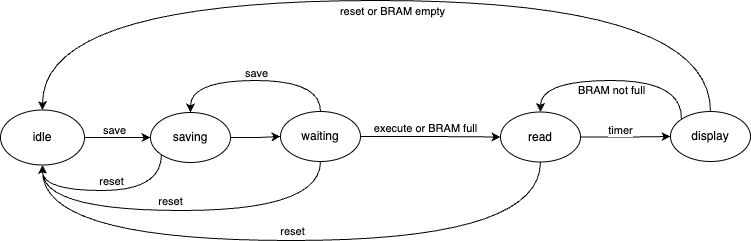
Earlier version of the draw.io export FSM.png (jamesolee/MTRX3700-A1-Group17). Source tidied: cells renumbered, new cells last; positions are measured from the earlier drawing's top-left corner, leaving out a move shared by most shapes.
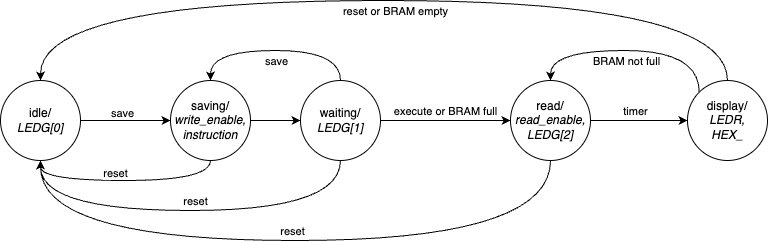
Later version of the same file.

Commit message:
Added outputs to FSM

Change to the diagram source:
```diff
@@ -2,125 +2,120 @@
   <root>
     <mxCell id="0" />
     <mxCell id="1" parent="0" />
-    <mxCell id="2" style="edgeStyle=orthogonalEdgeStyle;rounded=0;jettySize=auto;html=1;exitX=1;exitY=0.5;exitDx=0;exitDy=0;entryX=0;entryY=0.5;entryDx=0;entryDy=0;" parent="1" edge="1" source="4" target="8">
-      <mxGeometry relative="1" as="geometry" />
-    </mxCell>
-    <mxCell id="3" value="save" style="edgeLabel;html=1;align=center;verticalAlign=middle;" parent="2" vertex="1">
-      <mxGeometry x="-0.12" relative="1" as="geometry">
-        <mxPoint y="-8" as="offset" />
-      </mxGeometry>
-    </mxCell>
-    <mxCell id="4" value="idle" style="ellipse;whiteSpace=wrap;html=1;" parent="1" vertex="1">
-      <mxGeometry y="109.5" width="84" height="55" as="geometry" />
-    </mxCell>
-    <mxCell id="5" style="edgeStyle=orthogonalEdgeStyle;rounded=0;jettySize=auto;html=1;exitX=1;exitY=0.5;exitDx=0;exitDy=0;entryX=0;entryY=0.5;entryDx=0;entryDy=0;" parent="1" edge="1" source="8" target="15">
-      <mxGeometry relative="1" as="geometry" />
-    </mxCell>
-    <mxCell id="6" style="edgeStyle=orthogonalEdgeStyle;rounded=0;jettySize=auto;html=1;exitX=0;exitY=1;exitDx=0;exitDy=0;entryX=0.5;entryY=1;entryDx=0;entryDy=0;curved=1;" parent="1" edge="1" source="8" target="4">
-      <mxGeometry relative="1" as="geometry">
-        <Array as="points">
-          <mxPoint x="161" y="190" />
-          <mxPoint x="42" y="190" />
-        </Array>
-      </mxGeometry>
-    </mxCell>
-    <mxCell id="7" value="reset" style="edgeLabel;html=1;align=center;verticalAlign=middle;" parent="6" vertex="1">
-      <mxGeometry x="-0.02" relative="1" as="geometry">
-        <mxPoint x="1" y="-10" as="offset" />
-      </mxGeometry>
-    </mxCell>
-    <mxCell id="8" value="saving" style="ellipse;whiteSpace=wrap;html=1;" parent="1" vertex="1">
-      <mxGeometry x="150" y="112" width="80" height="50" as="geometry" />
-    </mxCell>
-    <mxCell id="9" style="edgeStyle=orthogonalEdgeStyle;rounded=0;jettySize=auto;html=1;exitX=1;exitY=0.5;exitDx=0;exitDy=0;entryX=0;entryY=0.5;entryDx=0;entryDy=0;" parent="1" edge="1" source="15" target="20">
-      <mxGeometry relative="1" as="geometry" />
-    </mxCell>
+    <mxCell id="26" style="edgeStyle=orthogonalEdgeStyle;rounded=0;jettySize=auto;html=1;exitX=1;exitY=0.5;exitDx=0;exitDy=0;entryX=0;entryY=0.5;entryDx=0;entryDy=0;" parent="1" edge="1" source="28" target="32">
+      <mxGeometry relative="1" as="geometry" />
+    </mxCell>
+    <mxCell id="27" value="save" style="edgeLabel;html=1;align=center;verticalAlign=middle;" parent="26" vertex="1">
+      <mxGeometry x="-0.08" y="3" relative="1" as="geometry">
+        <mxPoint y="-5" as="offset" />
+      </mxGeometry>
+    </mxCell>
+    <mxCell id="28" value="idle/&lt;br&gt;&lt;i&gt;LEDG[0]&lt;/i&gt;" style="ellipse;whiteSpace=wrap;html=1;" parent="1" vertex="1">
+      <mxGeometry x="-170" y="-40" width="80" height="80" as="geometry" />
+    </mxCell>
+    <mxCell id="29" style="edgeStyle=orthogonalEdgeStyle;rounded=0;jettySize=auto;html=1;exitX=1;exitY=0.5;exitDx=0;exitDy=0;entryX=0;entryY=0.5;entryDx=0;entryDy=0;" parent="1" edge="1" source="32" target="38">
+      <mxGeometry relative="1" as="geometry" />
+    </mxCell>
+    <mxCell id="30" style="edgeStyle=orthogonalEdgeStyle;rounded=0;jettySize=auto;html=1;exitX=0.5;exitY=1;exitDx=0;exitDy=0;entryX=0.5;entryY=1;entryDx=0;entryDy=0;curved=1;" parent="1" edge="1" source="32" target="28">
+      <mxGeometry relative="1" as="geometry" />
+    </mxCell>
+    <mxCell id="31" value="reset" style="edgeLabel;html=1;align=center;verticalAlign=middle;" parent="30" vertex="1">
+      <mxGeometry x="0.11" y="-7" relative="1" as="geometry">
+        <mxPoint x="1" y="-1" as="offset" />
+      </mxGeometry>
+    </mxCell>
+    <mxCell id="32" value="saving/&lt;br&gt;&lt;i&gt;write_enable,&lt;br&gt;instruction&lt;br&gt;&lt;/i&gt;" style="ellipse;whiteSpace=wrap;html=1;" parent="1" vertex="1">
+      <mxGeometry y="-40" width="80" height="80" as="geometry" />
+    </mxCell>
+    <mxCell id="33" style="edgeStyle=orthogonalEdgeStyle;rounded=0;jettySize=auto;html=1;exitX=1;exitY=0.5;exitDx=0;exitDy=0;entryX=0;entryY=0.5;entryDx=0;entryDy=0;" parent="1" edge="1" source="38" target="42">
+      <mxGeometry relative="1" as="geometry" />
+    </mxCell>
-    <mxCell id="10" value="execute or BRAM full" style="edgeLabel;html=1;align=center;verticalAlign=middle;" parent="9" vertex="1">
-      <mxGeometry x="-0.09" y="-2" relative="1" as="geometry">
-        <mxPoint y="-11" as="offset" />
+    <mxCell id="10" value="execute or BRAM full" style="edgeLabel;html=1;align=center;verticalAlign=middle;" parent="33" vertex="1">
+      <mxGeometry x="-0.03" y="2" relative="1" as="geometry">
+        <mxPoint x="1" y="-8" as="offset" />
       </mxGeometry>
     </mxCell>
-    <mxCell id="11" style="edgeStyle=orthogonalEdgeStyle;rounded=0;jettySize=auto;html=1;exitX=0.5;exitY=0;exitDx=0;exitDy=0;entryX=0.5;entryY=0;entryDx=0;entryDy=0;curved=1;" parent="1" edge="1" source="15" target="8">
-      <mxGeometry relative="1" as="geometry">
-        <Array as="points">
-          <mxPoint x="320" y="80" />
-          <mxPoint x="190" y="80" />
-        </Array>
-      </mxGeometry>
-    </mxCell>
-    <mxCell id="12" value="save" style="edgeLabel;html=1;align=center;verticalAlign=middle;" parent="11" vertex="1">
-      <mxGeometry x="-0.01" y="-5" relative="1" as="geometry">
-        <mxPoint y="-3" as="offset" />
-      </mxGeometry>
-    </mxCell>
-    <mxCell id="13" style="edgeStyle=orthogonalEdgeStyle;rounded=0;jettySize=auto;html=1;exitX=0.5;exitY=1;exitDx=0;exitDy=0;entryX=0.5;entryY=1;entryDx=0;entryDy=0;curved=1;" parent="1" edge="1" source="15" target="4">
-      <mxGeometry relative="1" as="geometry">
-        <Array as="points">
-          <mxPoint x="320" y="210" />
-          <mxPoint x="42" y="210" />
-        </Array>
-      </mxGeometry>
-    </mxCell>
-    <mxCell id="14" value="reset" style="edgeLabel;html=1;align=center;verticalAlign=middle;" parent="13" vertex="1">
-      <mxGeometry x="0.07" relative="1" as="geometry">
-        <mxPoint y="-10" as="offset" />
-      </mxGeometry>
-    </mxCell>
-    <mxCell id="15" value="waiting" style="ellipse;whiteSpace=wrap;html=1;" parent="1" vertex="1">
-      <mxGeometry x="280" y="111" width="80" height="50" as="geometry" />
-    </mxCell>
-    <mxCell id="16" style="edgeStyle=orthogonalEdgeStyle;rounded=0;jettySize=auto;html=1;exitX=1;exitY=0.5;exitDx=0;exitDy=0;entryX=0;entryY=0.5;entryDx=0;entryDy=0;" parent="1" edge="1" source="20" target="25">
-      <mxGeometry relative="1" as="geometry" />
-    </mxCell>
+    <mxCell id="34" style="edgeStyle=orthogonalEdgeStyle;rounded=0;jettySize=auto;html=1;exitX=0.5;exitY=1;exitDx=0;exitDy=0;entryX=0.5;entryY=1;entryDx=0;entryDy=0;curved=1;" parent="1" edge="1" source="38" target="28">
+      <mxGeometry relative="1" as="geometry">
+        <Array as="points">
+          <mxPoint x="170" y="90" />
+          <mxPoint x="-130" y="90" />
+        </Array>
+      </mxGeometry>
+    </mxCell>
+    <mxCell id="35" value="reset" style="edgeLabel;html=1;align=center;verticalAlign=middle;" parent="34" vertex="1">
+      <mxGeometry x="-0.02" y="-4" relative="1" as="geometry">
+        <mxPoint x="1" y="-6" as="offset" />
+      </mxGeometry>
+    </mxCell>
+    <mxCell id="36" style="edgeStyle=orthogonalEdgeStyle;rounded=0;jettySize=auto;html=1;exitX=0.5;exitY=0;exitDx=0;exitDy=0;entryX=0.5;entryY=0;entryDx=0;entryDy=0;curved=1;" parent="1" edge="1" source="38" target="32">
+      <mxGeometry relative="1" as="geometry">
+        <Array as="points">
+          <mxPoint x="170" y="-70" />
+          <mxPoint x="40" y="-70" />
+        </Array>
+      </mxGeometry>
+    </mxCell>
+    <mxCell id="37" value="save" style="edgeLabel;html=1;align=center;verticalAlign=middle;" parent="36" vertex="1">
+      <mxGeometry x="-0.03" y="-2" relative="1" as="geometry">
+        <mxPoint x="-3" y="12" as="offset" />
+      </mxGeometry>
+    </mxCell>
+    <mxCell id="38" value="waiting/&lt;br&gt;&lt;i&gt;LEDG[1]&lt;/i&gt;" style="ellipse;whiteSpace=wrap;html=1;" parent="1" vertex="1">
+      <mxGeometry x="130" y="-40" width="80" height="80" as="geometry" />
+    </mxCell>
+    <mxCell id="39" style="edgeStyle=orthogonalEdgeStyle;rounded=0;jettySize=auto;html=1;exitX=1;exitY=0.5;exitDx=0;exitDy=0;entryX=0;entryY=0.5;entryDx=0;entryDy=0;" parent="1" edge="1" source="42" target="45">
+      <mxGeometry relative="1" as="geometry" />
+    </mxCell>
-    <mxCell id="17" value="timer" style="edgeLabel;html=1;align=center;verticalAlign=middle;" parent="16" vertex="1">
-      <mxGeometry x="-0.17" y="-1" relative="1" as="geometry">
+    <mxCell id="17" value="timer" style="edgeLabel;html=1;align=center;verticalAlign=middle;" parent="39" vertex="1">
+      <mxGeometry x="-0.11" y="2" relative="1" as="geometry">
         <mxPoint x="1" y="-8" as="offset" />
       </mxGeometry>
     </mxCell>
-    <mxCell id="18" style="edgeStyle=orthogonalEdgeStyle;rounded=0;jettySize=auto;html=1;exitX=0.5;exitY=1;exitDx=0;exitDy=0;entryX=0.5;entryY=1;entryDx=0;entryDy=0;curved=1;" parent="1" edge="1" source="20" target="4">
-      <mxGeometry relative="1" as="geometry">
-        <Array as="points">
-          <mxPoint x="540" y="240" />
-          <mxPoint x="42" y="240" />
-        </Array>
-      </mxGeometry>
-    </mxCell>
-    <mxCell id="19" value="reset" style="edgeLabel;html=1;align=center;verticalAlign=middle;" parent="18" vertex="1">
-      <mxGeometry x="-0.05" y="-1" relative="1" as="geometry">
-        <mxPoint x="-18" y="-9" as="offset" />
-      </mxGeometry>
-    </mxCell>
-    <mxCell id="20" value="read" style="ellipse;whiteSpace=wrap;html=1;" parent="1" vertex="1">
-      <mxGeometry x="500" y="111.5" width="80" height="50" as="geometry" />
-    </mxCell>
-    <mxCell id="21" style="edgeStyle=orthogonalEdgeStyle;rounded=0;jettySize=auto;html=1;exitX=0;exitY=0;exitDx=0;exitDy=0;entryX=0.5;entryY=0;entryDx=0;entryDy=0;curved=1;" parent="1" edge="1" source="25" target="20">
-      <mxGeometry relative="1" as="geometry">
-        <Array as="points">
-          <mxPoint x="682" y="80" />
-          <mxPoint x="540" y="80" />
-        </Array>
-      </mxGeometry>
-    </mxCell>
+    <mxCell id="40" style="edgeStyle=orthogonalEdgeStyle;rounded=0;jettySize=auto;html=1;exitX=0.5;exitY=1;exitDx=0;exitDy=0;entryX=0.5;entryY=1;entryDx=0;entryDy=0;curved=1;" parent="1" edge="1" source="42" target="28">
+      <mxGeometry relative="1" as="geometry">
+        <Array as="points">
+          <mxPoint x="380" y="120" />
+          <mxPoint x="-130" y="120" />
+        </Array>
+      </mxGeometry>
+    </mxCell>
+    <mxCell id="41" value="reset" style="edgeLabel;html=1;align=center;verticalAlign=middle;" parent="40" vertex="1">
+      <mxGeometry x="0.01" y="-2" relative="1" as="geometry">
+        <mxPoint x="-2" y="-8" as="offset" />
+      </mxGeometry>
+    </mxCell>
+    <mxCell id="42" value="read/&lt;br&gt;&lt;i&gt;read_enable,&lt;br&gt;LEDG[2]&lt;br&gt;&lt;/i&gt;" style="ellipse;whiteSpace=wrap;html=1;" parent="1" vertex="1">
+      <mxGeometry x="340" y="-40" width="80" height="80" as="geometry" />
+    </mxCell>
+    <mxCell id="43" style="edgeStyle=orthogonalEdgeStyle;rounded=0;jettySize=auto;html=1;exitX=0.5;exitY=0;exitDx=0;exitDy=0;entryX=0.5;entryY=0;entryDx=0;entryDy=0;curved=1;" parent="1" edge="1" source="45" target="28">
+      <mxGeometry relative="1" as="geometry">
+        <Array as="points">
+          <mxPoint x="557" y="-120" />
+          <mxPoint x="-130" y="-120" />
+        </Array>
+      </mxGeometry>
+    </mxCell>
+    <mxCell id="24" value="reset or BRAM empty" style="edgeLabel;html=1;align=center;verticalAlign=middle;" parent="43" vertex="1">
+      <mxGeometry x="-0.03" y="3" relative="1" as="geometry">
+        <mxPoint x="-1" y="7" as="offset" />
+      </mxGeometry>
+    </mxCell>
+    <mxCell id="44" style="edgeStyle=orthogonalEdgeStyle;rounded=0;jettySize=auto;html=1;exitX=0;exitY=0;exitDx=0;exitDy=0;entryX=0.5;entryY=0;entryDx=0;entryDy=0;curved=1;" parent="1" edge="1" source="45" target="42">
+      <mxGeometry relative="1" as="geometry">
+        <Array as="points">
+          <mxPoint x="529" y="-70" />
+          <mxPoint x="380" y="-70" />
+        </Array>
+      </mxGeometry>
+    </mxCell>
-    <mxCell id="22" value="BRAM not full" style="edgeLabel;html=1;align=center;verticalAlign=middle;" parent="21" vertex="1">
-      <mxGeometry x="0.04" y="-3" relative="1" as="geometry">
-        <mxPoint y="12" as="offset" />
+    <mxCell id="22" value="BRAM not full" style="edgeLabel;html=1;align=center;verticalAlign=middle;" parent="44" vertex="1">
+      <mxGeometry x="0.05" relative="1" as="geometry">
+        <mxPoint y="10" as="offset" />
       </mxGeometry>
     </mxCell>
-    <mxCell id="23" style="edgeStyle=orthogonalEdgeStyle;rounded=0;jettySize=auto;html=1;exitX=0.5;exitY=0;exitDx=0;exitDy=0;entryX=0.5;entryY=0;entryDx=0;entryDy=0;curved=1;" parent="1" edge="1" source="25" target="4">
-      <mxGeometry relative="1" as="geometry">
-        <Array as="points">
-          <mxPoint x="710" />
-          <mxPoint x="42" />
-        </Array>
-      </mxGeometry>
-    </mxCell>
-    <mxCell id="24" value="reset or BRAM empty" style="edgeLabel;html=1;align=center;verticalAlign=middle;" parent="23" vertex="1">
-      <mxGeometry x="-0.06" relative="1" as="geometry">
-        <mxPoint x="-12" y="10" as="offset" />
-      </mxGeometry>
-    </mxCell>
-    <mxCell id="25" value="display" style="ellipse;whiteSpace=wrap;html=1;" parent="1" vertex="1">
-      <mxGeometry x="670" y="111" width="80" height="50" as="geometry" />
-    </mxCell>
+    <mxCell id="45" value="display/&lt;br&gt;&lt;i&gt;LEDR,&lt;br&gt;HEX_&lt;br&gt;&lt;/i&gt;" style="ellipse;whiteSpace=wrap;html=1;" parent="1" vertex="1">
+      <mxGeometry x="517" y="-40" width="80" height="80" as="geometry" />
+    </mxCell>
   </root>
 </mxGraphModel>
```
